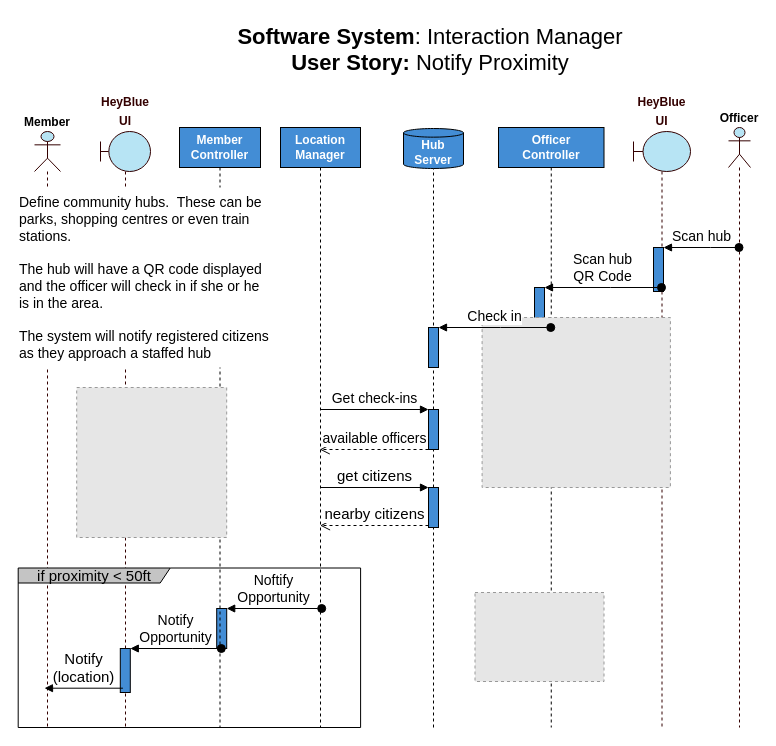
Before: page "Interact" (2 of 6) of Solution/Interaction Manager/Sequence Diagram.drawio in ITDependsQ42022/Hey-Blue, a draw.io diagram. Source tidied: cells renumbered, new cells numbered last; positions are measured from the earlier drawing's top-left corner, leaving out a move shared by most shapes. Both pictures are drawn from the tidied source at 100%, with x=0, y=0 at pixel (17, 17). Pictures stored in the file or linked from it are replaced by grey dashed boxes.
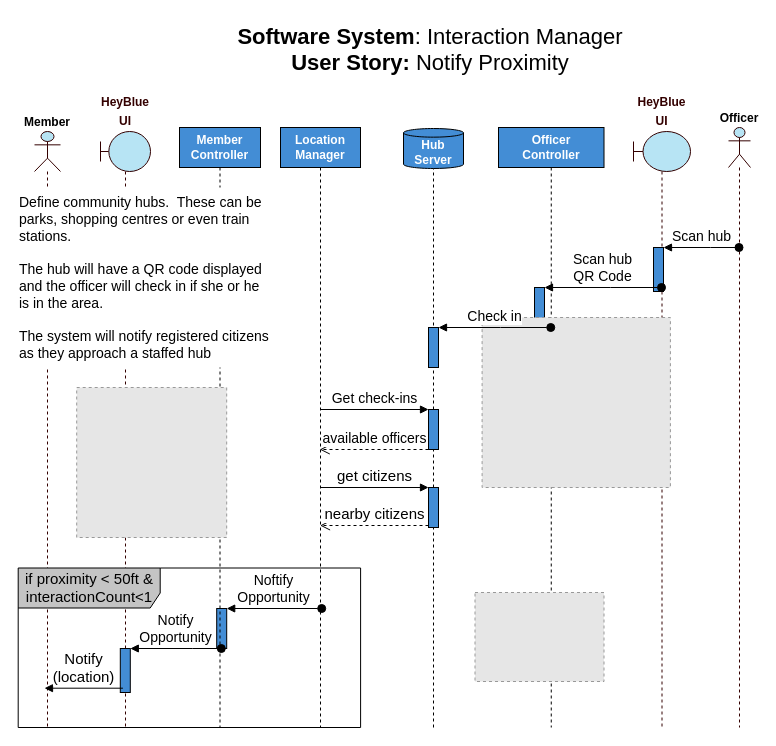
The same diagram, later.

Unchanged cells that the change refers to:
```xml
<mxCell id="6" value="Member" style="shape=umlLifeline;participant=umlActor;perimeter=lifelinePerimeter;whiteSpace=wrap;html=1;verticalAlign=bottom;spacingTop=36;shadow=0;sketch=0;fontFamily=Helvetica;fontSize=12;fillColor=#B7E4F4;strokeColor=#330000;labelPosition=center;verticalLabelPosition=top;align=center;fontStyle=1;" parent="1" vertex="1">
  <mxGeometry x="17" y="114" width="26" height="596" as="geometry" />
</mxCell>
```

What changed in the source:
```diff
@@
-    <mxCell id="9" value="&lt;font style=&quot;font-size: 15px;&quot;&gt;if proximity &amp;lt; 50ft&lt;/font&gt;" style="shape=umlFrame;whiteSpace=wrap;html=1;rounded=1;fillColor=#c4c4c4;width=152;height=15;" parent="6" vertex="1">
+    <mxCell id="9" value="&lt;font style=&quot;font-size: 15px;&quot;&gt;if proximity &amp;lt; 50ft &amp;amp; interactionCount&amp;lt;1&lt;br&gt;&lt;/font&gt;" style="shape=umlFrame;whiteSpace=wrap;html=1;rounded=1;fillColor=#c4c4c4;width=142;height=40;" parent="6" vertex="1">
       <mxGeometry x="-16.3" y="436.5" width="342.4" height="159.5" as="geometry" />
     </mxCell>
```
